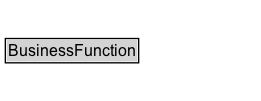
k-vaughn/ontology-import-gr keeps this Graphviz diagram as docs/diagrams/BusinessFunction.dot.png. Above is the earlier version. Its source is kept beside it as docs/diagrams/BusinessFunction.dot. The source it was exported from:
```dot
digraph {
	graph [overlap=false rankdir=TB splines=true]
	node [fontname=Arial fontsize=12 margin=0 shape=none]
	edge [fontname=Arial fontsize=11]
	BusinessFunction [label=<<TABLE BORDER="1" CELLBORDER="0" CELLSPACING="0" CELLPADDING="1"><TR><TD BGCOLOR="lightgray" ALIGN="CENTER">BusinessFunction</TD></TR></TABLE>> URL="../BusinessFunction" margin=0]
	{
		rank=max
	}
	subgraph cluster_associated {
		label="" style=invis
		Invis [label=<<TABLE BORDER="0" CELLBORDER="0" CELLSPACING="0" CELLPADDING="1"><TR><TD></TD></TR></TABLE>> margin=0 style=invis]
	}
}
```
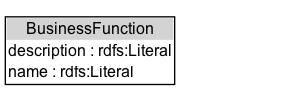
Above is the later version.

Change to the diagram source:
```diff
@@ -2,7 +2,10 @@
 	graph [overlap=false rankdir=TB splines=true]
 	node [fontname=Arial fontsize=12 margin=0 shape=none]
 	edge [fontname=Arial fontsize=11]
-	BusinessFunction [label=<<TABLE BORDER="1" CELLBORDER="0" CELLSPACING="0" CELLPADDING="1"><TR><TD BGCOLOR="lightgray" ALIGN="CENTER">BusinessFunction</TD></TR></TABLE>> URL="../BusinessFunction" margin=0]
+	{
+		rank=source
+	}
+	BusinessFunction [label=<<TABLE BORDER="1" CELLBORDER="0" CELLSPACING="0" CELLPADDING="1"><TR><TD BGCOLOR="lightgray" ALIGN="CENTER">BusinessFunction</TD></TR><TR><TD ALIGN="LEFT">description : rdfs:Literal</TD></TR><TR><TD ALIGN="LEFT">name : rdfs:Literal</TD></TR></TABLE>> URL="../BusinessFunction" margin=0]
 	{
 		rank=max
 	}
```
